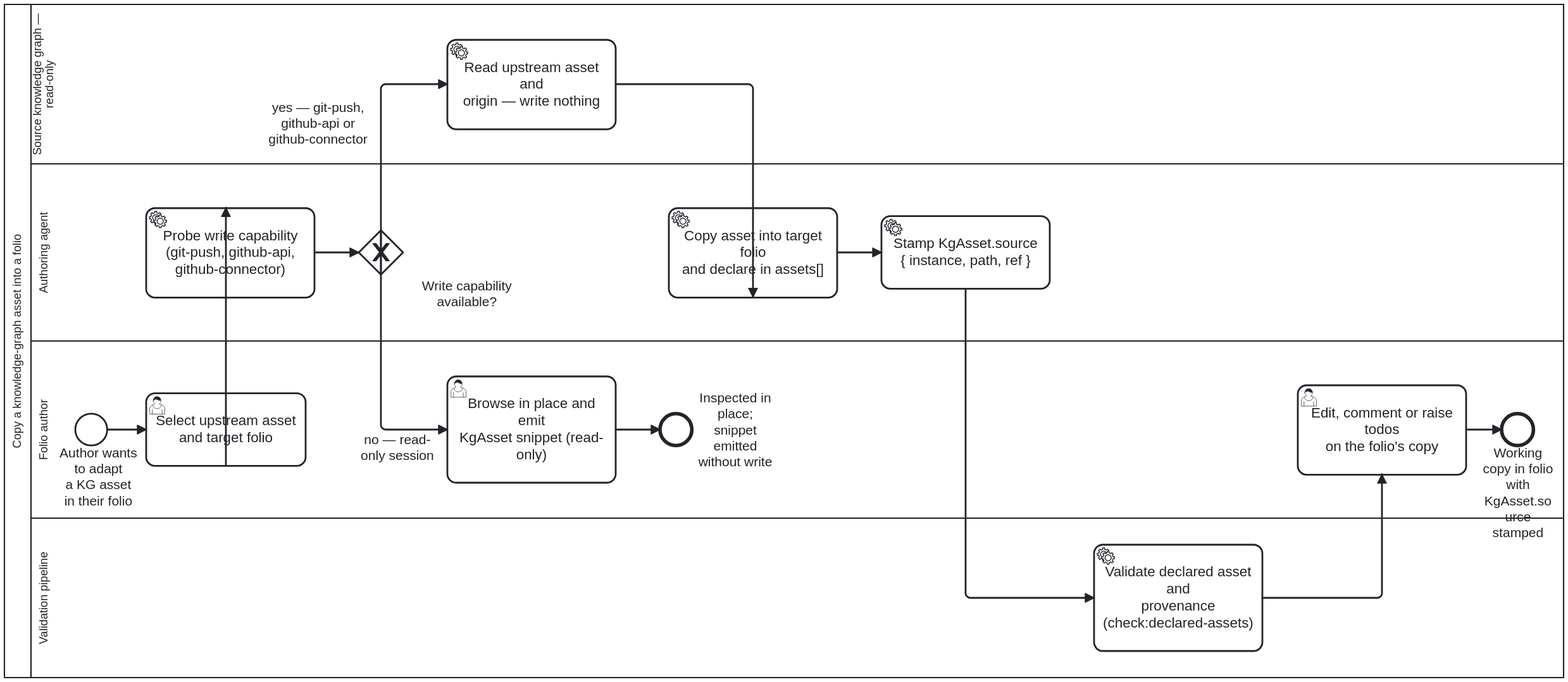
Above: docs/assets/img/workflows/copy-into-folio.svg in litlfred/cat-harness (BPMN), before the change. Its source is kept beside it as processes/kg/copy-into-folio.bpmn. Ids are renumbered.
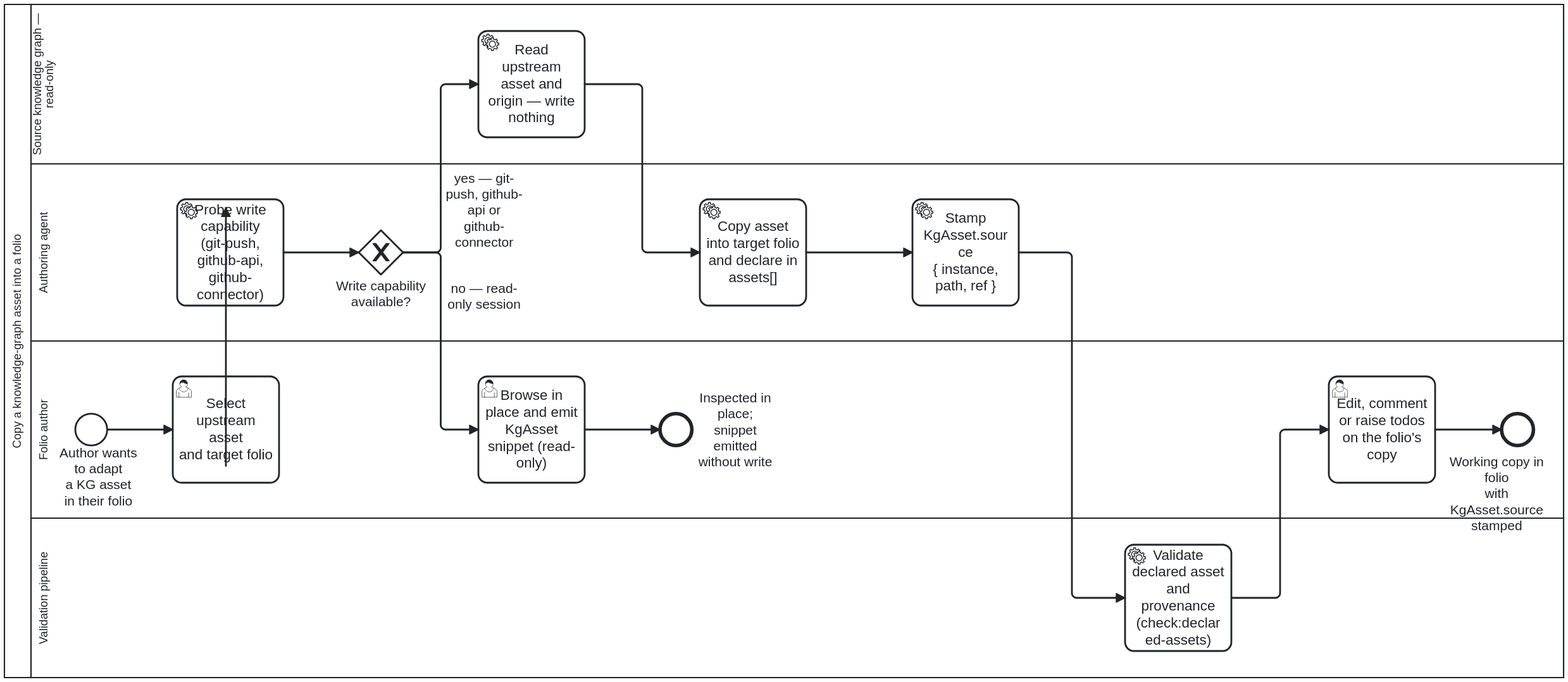
Later version of the same file.

Diff of the diagram source:
```diff
@@ -191,92 +191,98 @@
       </bpmndi:BPMNShape>
       <bpmndi:BPMNShape id="Start_WantCopy_di" bpmnElement="Start_WantCopy">
         <dc:Bounds x="210" y="522" width="36" height="36" />
-        <bpmndi:BPMNLabel><dc:Bounds x="191" y="557.5" width="90" height="71" /></bpmndi:BPMNLabel>
-      </bpmndi:BPMNShape>
+
+      <bpmndi:BPMNLabel><dc:Bounds x="191" y="557.5" width="90" height="71" /></bpmndi:BPMNLabel></bpmndi:BPMNShape>
       <bpmndi:BPMNShape id="Task_ChooseAsset_di" bpmnElement="Task_ChooseAsset">
-        <dc:Bounds x="290" y="499" width="180" height="82" />
+        <dc:Bounds x="320" y="480" width="120" height="120" />
       </bpmndi:BPMNShape>
       <bpmndi:BPMNShape id="Task_ProbeWriteCapability_di" bpmnElement="Task_ProbeWriteCapability">
-        <dc:Bounds x="290" y="289.5" width="190" height="101" />
+        <dc:Bounds x="325" y="280" width="120" height="120" />
       </bpmndi:BPMNShape>
       <bpmndi:BPMNShape id="GW_CanWrite_di" bpmnElement="GW_CanWrite" isMarkerVisible="true">
         <dc:Bounds x="530" y="315" width="50" height="50" />
 
-      <bpmndi:BPMNLabel><dc:Bounds x="584" y="369" width="135" height="36" /></bpmndi:BPMNLabel></bpmndi:BPMNShape>
+      <bpmndi:BPMNLabel><dc:Bounds x="487.5" y="369" width="135" height="35" /></bpmndi:BPMNLabel></bpmndi:BPMNShape>
       <bpmndi:BPMNShape id="Task_InspectReadOnly_di" bpmnElement="Task_InspectReadOnly">
-        <dc:Bounds x="630" y="480" width="190" height="120" />
+        <dc:Bounds x="665" y="480" width="120" height="120" />
       </bpmndi:BPMNShape>
       <bpmndi:BPMNShape id="End_ReadOnlyDegraded_di" bpmnElement="End_ReadOnlyDegraded">
         <dc:Bounds x="870" y="522" width="36" height="36" />
 
       <bpmndi:BPMNLabel><dc:Bounds x="910" y="495.5" width="90" height="89" /></bpmndi:BPMNLabel></bpmndi:BPMNShape>
       <bpmndi:BPMNShape id="Task_ReadUpstreamAsset_di" bpmnElement="Task_ReadUpstreamAsset">
-        <dc:Bounds x="630" y="99.5" width="190" height="101" />
+        <dc:Bounds x="665" y="90" width="120" height="120" />
       </bpmndi:BPMNShape>
       <bpmndi:BPMNShape id="Task_CopyAndDeclareAsset_di" bpmnElement="Task_CopyAndDeclareAsset">
-        <dc:Bounds x="880" y="289.5" width="190" height="101" />
+        <dc:Bounds x="915" y="280" width="120" height="120" />
       </bpmndi:BPMNShape>
       <bpmndi:BPMNShape id="Task_StampAssetSource_di" bpmnElement="Task_StampAssetSource">
-        <dc:Bounds x="1120" y="299" width="190" height="82" />
+        <dc:Bounds x="1155" y="280" width="120" height="120" />
       </bpmndi:BPMNShape>
       <bpmndi:BPMNShape id="Task_ValidateDeclaredAsset_di" bpmnElement="Task_ValidateDeclaredAsset">
-        <dc:Bounds x="1360" y="670" width="190" height="120" />
+        <dc:Bounds x="1395" y="670" width="120" height="120" />
       </bpmndi:BPMNShape>
       <bpmndi:BPMNShape id="Task_WorkOnCopy_di" bpmnElement="Task_WorkOnCopy">
-        <dc:Bounds x="1590" y="489.5" width="190" height="101" />
+        <dc:Bounds x="1625" y="480" width="120" height="120" />
       </bpmndi:BPMNShape>
       <bpmndi:BPMNShape id="End_CopiedAndEditable_di" bpmnElement="End_CopiedAndEditable">
         <dc:Bounds x="1820" y="522" width="36" height="36" />
+        <bpmndi:BPMNLabel><dc:Bounds x="1747" y="567.5" width="135" height="72" /></bpmndi:BPMNLabel>
       </bpmndi:BPMNShape>
       <bpmndi:BPMNEdge id="Flow_StartToChoose_di" bpmnElement="Flow_StartToChoose">
         <di:waypoint x="246" y="540" />
-        <di:waypoint x="290" y="540" />
+        <di:waypoint x="320" y="540" />
       </bpmndi:BPMNEdge>
       <bpmndi:BPMNEdge id="Flow_ChooseToProbe_di" bpmnElement="Flow_ChooseToProbe">
         <di:waypoint x="380" y="581" />
         <di:waypoint x="380" y="289.5" />
       </bpmndi:BPMNEdge>
       <bpmndi:BPMNEdge id="Flow_ProbeToGW_di" bpmnElement="Flow_ProbeToGW">
-        <di:waypoint x="480" y="340" />
+        <di:waypoint x="445" y="340" />
         <di:waypoint x="530" y="340" />
       </bpmndi:BPMNEdge>
       <bpmndi:BPMNEdge id="Flow_CanWriteNo_di" bpmnElement="Flow_CanWriteNo">
-        <di:waypoint x="555" y="315" />
-        <di:waypoint x="555" y="540" />
-        <di:waypoint x="630" y="540" />
-        <bpmndi:BPMNLabel><dc:Bounds x="528.75" y="543" width="90" height="36" /></bpmndi:BPMNLabel>
+        <di:waypoint x="580" y="340" />
+        <di:waypoint x="622.5" y="340" />
+        <di:waypoint x="622.5" y="540" />
+        <di:waypoint x="665" y="540" />
+        <bpmndi:BPMNLabel><dc:Bounds x="626.5" y="372" width="90" height="36" /></bpmndi:BPMNLabel>
       </bpmndi:BPMNEdge>
       <bpmndi:BPMNEdge id="Flow_InspectToEnd_di" bpmnElement="Flow_InspectToEnd">
-        <di:waypoint x="820" y="540" />
+        <di:waypoint x="785" y="540" />
         <di:waypoint x="870" y="540" />
       </bpmndi:BPMNEdge>
       <bpmndi:BPMNEdge id="Flow_CanWriteYes_di" bpmnElement="Flow_CanWriteYes">
-        <di:waypoint x="555" y="365" />
-        <di:waypoint x="555" y="150" />
-        <di:waypoint x="630" y="150" />
-        <bpmndi:BPMNLabel><dc:Bounds x="416" y="167.75" width="135" height="72" /></bpmndi:BPMNLabel>
+        <di:waypoint x="580" y="340" />
+        <di:waypoint x="622.5" y="340" />
+        <di:waypoint x="622.5" y="150" />
+        <di:waypoint x="665" y="150" />
+        <bpmndi:BPMNLabel><dc:Bounds x="626.5" y="248" width="90" height="89" /></bpmndi:BPMNLabel>
       </bpmndi:BPMNEdge>
       <bpmndi:BPMNEdge id="Flow_ReadToCopy_di" bpmnElement="Flow_ReadToCopy">
-        <di:waypoint x="820" y="150" />
-        <di:waypoint x="975" y="150" />
-        <di:waypoint x="975" y="390.5" />
+        <di:waypoint x="785" y="150" />
+        <di:waypoint x="850" y="150" />
+        <di:waypoint x="850" y="340" />
+        <di:waypoint x="915" y="340" />
       </bpmndi:BPMNEdge>
       <bpmndi:BPMNEdge id="Flow_CopyToStamp_di" bpmnElement="Flow_CopyToStamp">
-        <di:waypoint x="1070" y="340" />
-        <di:waypoint x="1120" y="340" />
+        <di:waypoint x="1035" y="340" />
+        <di:waypoint x="1155" y="340" />
       </bpmndi:BPMNEdge>
       <bpmndi:BPMNEdge id="Flow_StampToValidate_di" bpmnElement="Flow_StampToValidate">
-        <di:waypoint x="1215" y="381" />
-        <di:waypoint x="1215" y="730" />
-        <di:waypoint x="1360" y="730" />
+        <di:waypoint x="1275" y="340" />
+        <di:waypoint x="1335" y="340" />
+        <di:waypoint x="1335" y="730" />
+        <di:waypoint x="1395" y="730" />
       </bpmndi:BPMNEdge>
       <bpmndi:BPMNEdge id="Flow_ValidateToWork_di" bpmnElement="Flow_ValidateToWork">
-        <di:waypoint x="1550" y="730" />
-        <di:waypoint x="1685" y="730" />
-        <di:waypoint x="1685" y="590.5" />
+        <di:waypoint x="1515" y="730" />
+        <di:waypoint x="1570" y="730" />
+        <di:waypoint x="1570" y="540" />
+        <di:waypoint x="1625" y="540" />
       </bpmndi:BPMNEdge>
       <bpmndi:BPMNEdge id="Flow_WorkToEnd_di" bpmnElement="Flow_WorkToEnd">
-        <di:waypoint x="1780" y="540" />
+        <di:waypoint x="1745" y="540" />
         <di:waypoint x="1820" y="540" />
       </bpmndi:BPMNEdge>
     </bpmndi:BPMNPlane>
```
